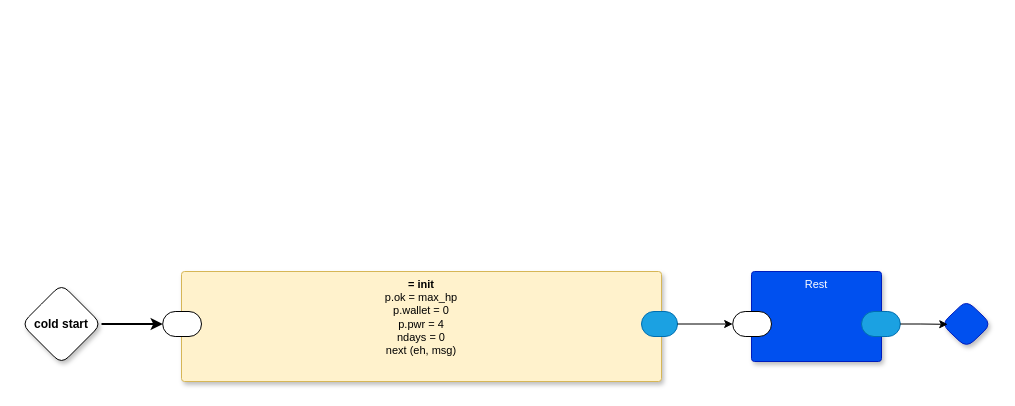
The draw.io diagram page "Game" (2 of 3) of dc0d.drawio in guitarvydas/dc0d, before the edit. Source tidied: cells renumbered, new cells numbered last; positions are measured from the earlier drawing's top-left corner, leaving out a move shared by most shapes. Both pictures are drawn from the tidied source at 100%, with x=0, y=0 at pixel (21, 271).
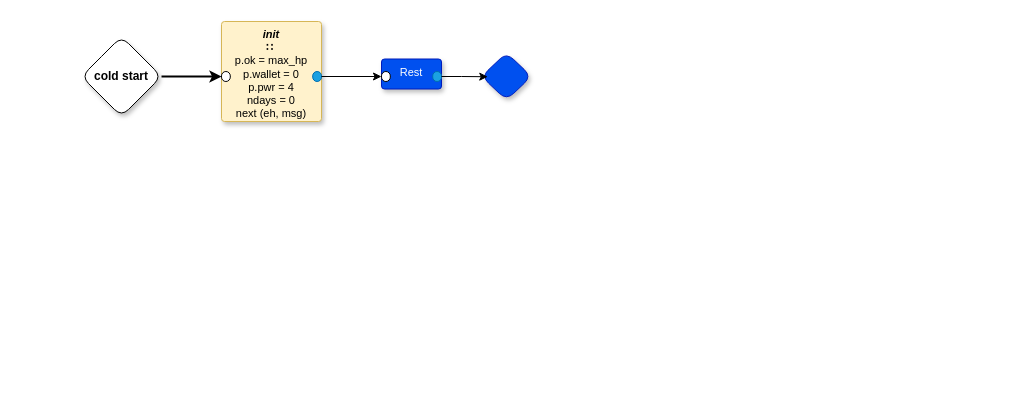
The same page after the edit.

Change to the diagram source:
```diff
@@
 <mxGraphModel>
   <root>
     <mxCell id="0" />
     <mxCell id="1" parent="0" />
     <mxCell id="2" value="cold start" style="rhombus;whiteSpace=wrap;html=1;rounded=1;fontStyle=1;glass=0;sketch=0;fontSize=12;points=[[0,0.5,0,0,0],[0.5,0,0,0,0],[0.5,1,0,0,0],[1,0.5,0,0,0]];shadow=1;fontFamily=Helvetica;fontColor=default;" parent="1" vertex="1">
-      <mxGeometry y="12.5" width="80" height="80" as="geometry" />
+      <mxGeometry x="60" y="-235" width="80" height="80" as="geometry" />
     </mxCell>
     <mxCell id="3" style="rhombus;whiteSpace=wrap;html=1;rounded=1;fillColor=#0050ef;fontColor=#ffffff;strokeColor=#001DBC;fontStyle=1;glass=0;sketch=0;fontSize=12;points=[[0,0.5,0,0,0],[0.5,0,0,0,0],[0.5,1,0,0,0],[1,0.5,0,0,0]];shadow=1;fontFamily=Helvetica;" parent="1" vertex="1">
-      <mxGeometry x="920" y="28.8" width="50" height="47.5" as="geometry" />
+      <mxGeometry x="460" y="-218.8" width="50" height="47.5" as="geometry" />
     </mxCell>
-    <mxCell id="4" value="&lt;b&gt;= init&lt;/b&gt;&lt;br&gt;p.ok = max_hp&lt;br&gt;p.wallet = 0&lt;br&gt;p.pwr = 4&lt;br&gt;ndays = 0&lt;br&gt;next (eh, msg)" style="rounded=1;whiteSpace=wrap;html=1;sketch=0;verticalAlign=top;arcSize=6;fontStyle=0;absoluteArcSize=1;shadow=1;strokeColor=#d6b656;fillColor=#fff2cc;fontFamily=Helvetica;fontSize=11;" parent="1" vertex="1">
-      <mxGeometry x="160" width="480" height="110" as="geometry" />
+    <mxCell id="4" value="&lt;i style=&quot;&quot;&gt;&lt;b&gt;init&lt;br&gt;&lt;/b&gt;&lt;/i&gt;&lt;b&gt;∷&amp;nbsp;&lt;br&gt;&lt;/b&gt;p.ok = max_hp&lt;br&gt;p.wallet = 0&lt;br&gt;p.pwr = 4&lt;br&gt;ndays = 0&lt;br&gt;next (eh, msg)" style="rounded=1;whiteSpace=wrap;html=1;sketch=0;verticalAlign=top;arcSize=6;fontStyle=0;absoluteArcSize=1;shadow=1;strokeColor=#d6b656;fillColor=#fff2cc;fontFamily=Helvetica;fontSize=11;" parent="1" vertex="1">
+      <mxGeometry x="200" y="-250" width="100" height="100" as="geometry" />
     </mxCell>
     <mxCell id="5" style="rounded=1;whiteSpace=wrap;html=1;sketch=0;points=[[0,0.5,0,0,0],[1,0.5,0,0,0]];arcSize=50;fontFamily=Helvetica;fontSize=11;fontColor=default;" parent="4" vertex="1">
-      <mxGeometry x="-18.8" y="40" width="38.8" height="25" as="geometry" />
+      <mxGeometry y="50" width="8.8" height="10" as="geometry" />
     </mxCell>
-    <mxCell id="6" style="rounded=1;whiteSpace=wrap;html=1;sketch=0;points=[[0,0.5,0,0,0],[1,0.5,0,0,0]];fillColor=#1ba1e2;fontColor=#ffffff;strokeColor=#006EAF;arcSize=50;fontFamily=Helvetica;fontSize=11;" parent="4" vertex="1">
-      <mxGeometry x="460" y="40" width="36" height="25" as="geometry" />
-    </mxCell>
+    <mxCell id="13" style="rounded=1;whiteSpace=wrap;html=1;sketch=0;points=[[0,0.5,0,0,0],[1,0.5,0,0,0]];arcSize=50;fontFamily=Helvetica;fontSize=11;fontColor=#ffffff;fillColor=#1ba1e2;strokeColor=#006EAF;" parent="4" vertex="1">
+      <mxGeometry x="91.2" y="50" width="8.8" height="10" as="geometry" />
+    </mxCell>
     <mxCell id="7" style="edgeStyle=orthogonalEdgeStyle;rounded=1;jettySize=auto;html=1;entryX=0;entryY=0.5;entryDx=0;entryDy=0;entryPerimeter=0;strokeWidth=2;curved=0;" parent="1" edge="1" source="2" target="5">
       <mxGeometry relative="1" as="geometry" />
     </mxCell>
     <mxCell id="8" value="Rest" style="rounded=1;whiteSpace=wrap;html=1;sketch=0;verticalAlign=top;arcSize=6;fontStyle=0;absoluteArcSize=1;shadow=1;strokeColor=#001DBC;fillColor=#0050ef;fontColor=#ffffff;fontFamily=Helvetica;fontSize=11;" parent="1" vertex="1">
-      <mxGeometry x="730" width="130" height="90" as="geometry" />
+      <mxGeometry x="360" y="-212.5" width="60" height="30" as="geometry" />
     </mxCell>
-    <mxCell id="9" style="rounded=1;whiteSpace=wrap;html=1;sketch=0;points=[[0,0.5,0,0,0],[1,0.5,0,0,0]];arcSize=50;fontFamily=Helvetica;fontSize=11;fontColor=default;" parent="8" vertex="1">
-      <mxGeometry x="-18.8" y="40" width="38.8" height="25" as="geometry" />
-    </mxCell>
-    <mxCell id="10" style="rounded=1;whiteSpace=wrap;html=1;sketch=0;points=[[0,0.5,0,0,0],[1,0.5,0,0,0]];fillColor=#1ba1e2;fontColor=#ffffff;strokeColor=#006EAF;arcSize=50;fontFamily=Helvetica;fontSize=11;" parent="8" vertex="1">
-      <mxGeometry x="110" y="40" width="38.8" height="25" as="geometry" />
-    </mxCell>
-    <mxCell id="11" style="edgeStyle=orthogonalEdgeStyle;rounded=0;jettySize=auto;html=1;exitX=1;exitY=0.5;exitDx=0;exitDy=0;exitPerimeter=0;entryX=0;entryY=0.5;entryDx=0;entryDy=0;entryPerimeter=0;" parent="1" edge="1" source="6" target="9">
-      <mxGeometry relative="1" as="geometry" />
-    </mxCell>
+    <mxCell id="14" style="rounded=1;whiteSpace=wrap;html=1;sketch=0;points=[[0,0.5,0,0,0],[1,0.5,0,0,0]];arcSize=50;fontFamily=Helvetica;fontSize=11;" parent="8" vertex="1">
+      <mxGeometry y="12.5" width="8.8" height="10" as="geometry" />
+    </mxCell>
+    <mxCell id="15" style="rounded=1;whiteSpace=wrap;html=1;sketch=0;points=[[0,0.5,0,0,0],[1,0.5,0,0,0]];arcSize=50;fontFamily=Helvetica;fontSize=11;fontColor=#ffffff;fillColor=#1ba1e2;strokeColor=#006EAF;" parent="8" vertex="1">
+      <mxGeometry x="51.2" y="12.5" width="8.8" height="10" as="geometry" />
+    </mxCell>
-    <mxCell id="12" style="edgeStyle=orthogonalEdgeStyle;rounded=0;jettySize=auto;html=1;exitX=1;exitY=0.5;exitDx=0;exitDy=0;exitPerimeter=0;entryX=0.125;entryY=0.506;entryDx=0;entryDy=0;entryPerimeter=0;" parent="1" edge="1" source="10" target="3">
+    <mxCell id="12" style="edgeStyle=orthogonalEdgeStyle;rounded=0;jettySize=auto;html=1;exitX=1;exitY=0.5;exitDx=0;exitDy=0;exitPerimeter=0;entryX=0.125;entryY=0.506;entryDx=0;entryDy=0;entryPerimeter=0;" parent="1" edge="1" source="15" target="3">
       <mxGeometry relative="1" as="geometry" />
     </mxCell>
+    <mxCell id="16" style="edgeStyle=orthogonalEdgeStyle;rounded=0;jettySize=auto;html=1;exitX=1;exitY=0.5;exitDx=0;exitDy=0;exitPerimeter=0;entryX=0;entryY=0.5;entryDx=0;entryDy=0;entryPerimeter=0;" parent="1" edge="1" source="13" target="14">
+      <mxGeometry relative="1" as="geometry" />
+    </mxCell>
   </root>
 </mxGraphModel>
```
